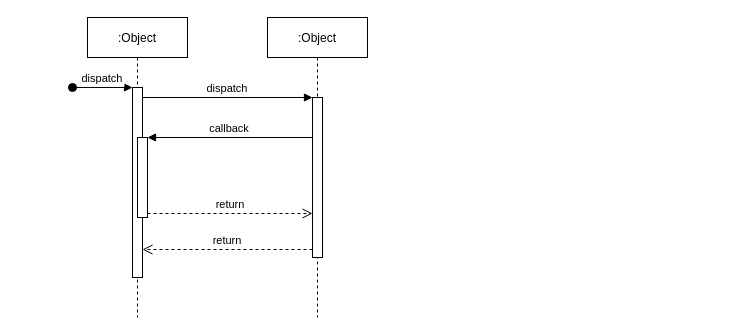
Before: Untitled Diagram.drawio in piyush97/tetris, a draw.io diagram. Source tidied: cells renumbered, new cells numbered last; positions are measured from the earlier drawing's top-left corner, leaving out a move shared by most shapes. Both pictures are drawn from the tidied source at 100%, with x=0, y=0 at pixel (72, 17).
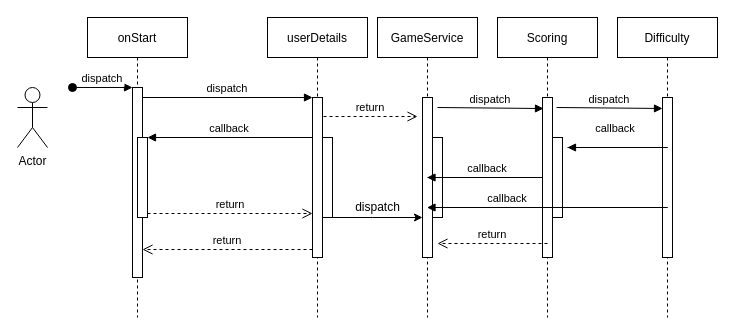
After the change.

The change refers to these unchanged cells:
```xml
<mxCell id="7" style="points=[];perimeter=orthogonalPerimeter;rounded=0;shadow=0;strokeWidth=1;" parent="6" vertex="1">
  <mxGeometry x="45" y="80" width="10" height="160" as="geometry" />
</mxCell>
```

What changed in the source:
```diff
@@
-    <mxCell id="2" value=":Object" style="shape=umlLifeline;perimeter=lifelinePerimeter;rounded=0;shadow=0;strokeWidth=1;" parent="1" vertex="1">
+    <mxCell id="2" value="onStart" style="shape=umlLifeline;perimeter=lifelinePerimeter;rounded=0;shadow=0;strokeWidth=1;" parent="1" vertex="1">
       <mxGeometry x="15" width="100" height="300" as="geometry" />
     </mxCell>
@@
-    <mxCell id="6" value=":Object" style="shape=umlLifeline;perimeter=lifelinePerimeter;rounded=0;shadow=0;strokeWidth=1;" parent="1" vertex="1">
+    <mxCell id="6" value="userDetails" style="shape=umlLifeline;perimeter=lifelinePerimeter;rounded=0;shadow=0;strokeWidth=1;" parent="1" vertex="1">
       <mxGeometry x="195" width="100" height="300" as="geometry" />
     </mxCell>
@@
+    <mxCell id="12" style="perimeter=orthogonalPerimeter;rounded=0;shadow=0;strokeWidth=1;" parent="6" vertex="1">
+      <mxGeometry x="55" y="120" width="10" height="80" as="geometry" />
+    </mxCell>
@@
+    <mxCell id="13" value="Actor" style="shape=umlActor;verticalLabelPosition=bottom;verticalAlign=top;html=1;" parent="1" vertex="1">
+      <mxGeometry x="-55" y="70" width="30" height="60" as="geometry" />
+    </mxCell>
+    <mxCell id="14" value="GameService" style="shape=umlLifeline;perimeter=lifelinePerimeter;rounded=0;shadow=0;strokeWidth=1;" parent="1" vertex="1">
+      <mxGeometry x="305" width="100" height="300" as="geometry" />
+    </mxCell>
+    <mxCell id="15" style="points=[];perimeter=orthogonalPerimeter;rounded=0;shadow=0;strokeWidth=1;" parent="14" vertex="1">
+      <mxGeometry x="45" y="80" width="10" height="160" as="geometry" />
+    </mxCell>
+    <mxCell id="16" value="dispatch" style="text;html=1;align=center;verticalAlign=middle;fillColor=none;strokeColor=none;rounded=0;" parent="14" vertex="1">
+      <mxGeometry x="-30" y="180" width="60" height="20" as="geometry" />
+    </mxCell>
+    <mxCell id="17" style="perimeter=orthogonalPerimeter;rounded=0;shadow=0;strokeWidth=1;" parent="14" vertex="1">
+      <mxGeometry x="55" y="120" width="10" height="80" as="geometry" />
+    </mxCell>
+    <mxCell id="18" style="edgeStyle=orthogonalEdgeStyle;rounded=0;jettySize=auto;html=1;" parent="1" edge="1" source="7" target="15">
+      <mxGeometry relative="1" as="geometry">
+        <Array as="points">
+          <mxPoint x="300" y="200" />
+          <mxPoint x="300" y="200" />
+        </Array>
+      </mxGeometry>
+    </mxCell>
+    <mxCell id="19" value="Scoring" style="shape=umlLifeline;perimeter=lifelinePerimeter;rounded=0;shadow=0;strokeWidth=1;" parent="1" vertex="1">
+      <mxGeometry x="425" width="100" height="300" as="geometry" />
+    </mxCell>
+    <mxCell id="20" style="points=[];perimeter=orthogonalPerimeter;rounded=0;shadow=0;strokeWidth=1;" parent="19" vertex="1">
+      <mxGeometry x="45" y="80" width="10" height="160" as="geometry" />
+    </mxCell>
+    <mxCell id="21" value="dispatch" style="verticalAlign=bottom;endArrow=block;shadow=0;strokeWidth=1;entryX=0.1;entryY=0.069;entryDx=0;entryDy=0;entryPerimeter=0;" parent="19" edge="1" target="20">
+      <mxGeometry relative="1" as="geometry">
+        <mxPoint x="-60" y="90" as="sourcePoint" />
+      </mxGeometry>
+    </mxCell>
+    <mxCell id="22" style="perimeter=orthogonalPerimeter;rounded=0;shadow=0;strokeWidth=1;" parent="19" vertex="1">
+      <mxGeometry x="55" y="120" width="10" height="80" as="geometry" />
+    </mxCell>
+    <mxCell id="23" value="return" style="verticalAlign=bottom;endArrow=open;dashed=1;endSize=8;shadow=0;strokeWidth=1;" parent="19" edge="1">
+      <mxGeometry relative="1" as="geometry">
+        <mxPoint x="50" y="226" as="sourcePoint" />
+        <mxPoint x="-60" y="226" as="targetPoint" />
+      </mxGeometry>
+    </mxCell>
+    <mxCell id="24" value="Difficulty" style="shape=umlLifeline;perimeter=lifelinePerimeter;rounded=0;shadow=0;strokeWidth=1;" parent="1" vertex="1">
+      <mxGeometry x="545" width="100" height="300" as="geometry" />
+    </mxCell>
+    <mxCell id="25" style="perimeter=orthogonalPerimeter;rounded=0;shadow=0;strokeWidth=1;" parent="24" vertex="1">
+      <mxGeometry x="45" y="80" width="10" height="160" as="geometry" />
+    </mxCell>
+    <mxCell id="26" value="dispatch" style="verticalAlign=bottom;endArrow=block;shadow=0;strokeWidth=1;entryX=0.1;entryY=0.069;entryDx=0;entryDy=0;entryPerimeter=0;" parent="24" edge="1">
+      <mxGeometry relative="1" as="geometry">
+        <mxPoint x="-61" y="90" as="sourcePoint" />
+        <mxPoint x="45" y="91" as="targetPoint" />
+      </mxGeometry>
+    </mxCell>
+    <mxCell id="27" value="callback" style="verticalAlign=bottom;endArrow=block;shadow=0;strokeWidth=1;" parent="24" edge="1">
+      <mxGeometry x="0.54" y="-10" relative="1" as="geometry">
+        <mxPoint x="-50" y="130" as="sourcePoint" />
+        <mxPoint x="-50" y="130" as="targetPoint" />
+        <Array as="points">
+          <mxPoint x="55" y="130" />
+        </Array>
+      </mxGeometry>
+    </mxCell>
+    <mxCell id="28" value="callback" style="verticalAlign=bottom;endArrow=block;shadow=0;strokeWidth=1;" parent="24" edge="1" target="14">
+      <mxGeometry x="0.54" relative="1" as="geometry">
+        <mxPoint x="-50" y="190" as="sourcePoint" />
+        <Array as="points">
+          <mxPoint x="55" y="190" />
+        </Array>
+      </mxGeometry>
+    </mxCell>
+    <mxCell id="29" value="callback" style="verticalAlign=bottom;endArrow=block;shadow=0;strokeWidth=1;" parent="1" edge="1" target="14">
+      <mxGeometry x="0.5" relative="1" as="geometry">
+        <mxPoint x="355" y="160" as="sourcePoint" />
+        <Array as="points">
+          <mxPoint x="475" y="160" />
+        </Array>
+      </mxGeometry>
+    </mxCell>
+    <mxCell id="30" value="return" style="verticalAlign=bottom;endArrow=open;dashed=1;endSize=8;exitX=1.1;exitY=0.119;shadow=0;strokeWidth=1;exitDx=0;exitDy=0;exitPerimeter=0;" parent="1" edge="1" source="7">
+      <mxGeometry relative="1" as="geometry">
+        <mxPoint x="345" y="99" as="targetPoint" />
+      </mxGeometry>
+    </mxCell>
```
